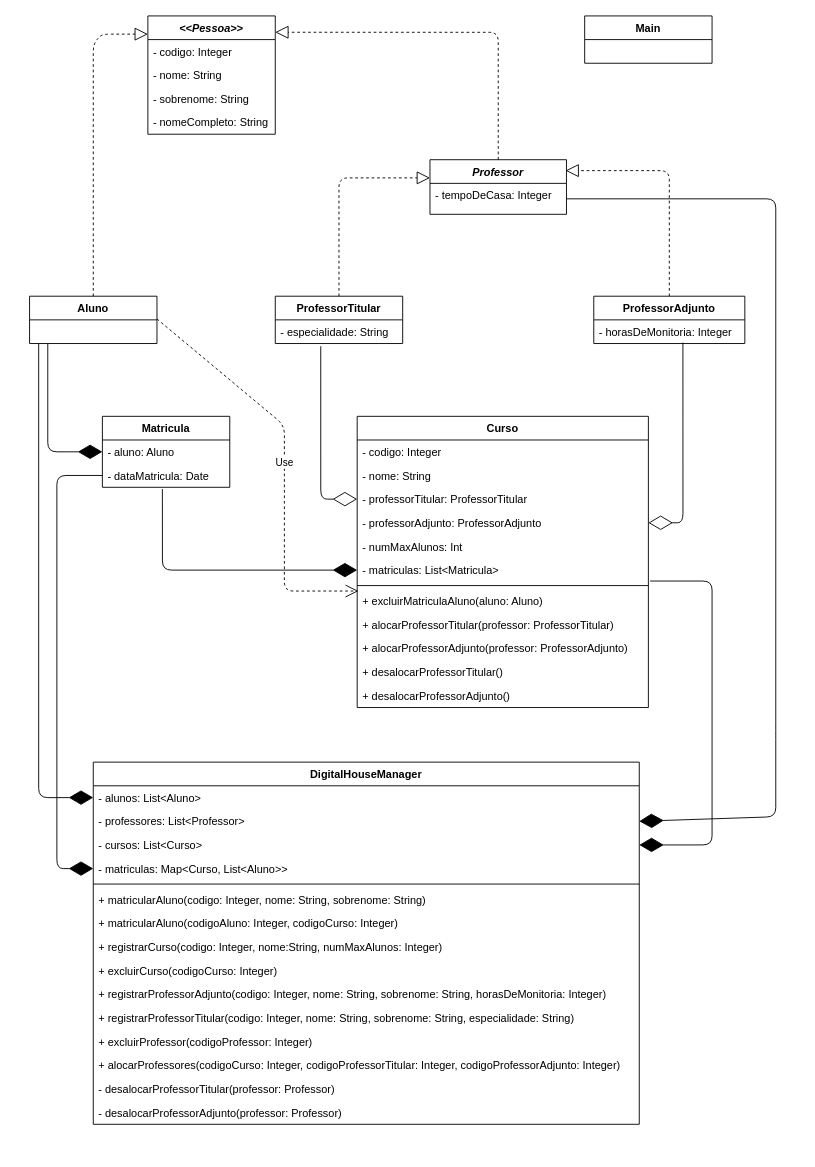
This is Diagrama.drawio from abraaofaco/desafio-oop-kotlin-dh, a draw.io file, before an edit. Source tidied: cells renumbered, new cells numbered last; positions are measured from the earlier drawing's top-left corner, leaving out a move shared by most shapes. Both pictures are drawn from the tidied source at 91%, with x=0, y=0 at pixel (29, 15).
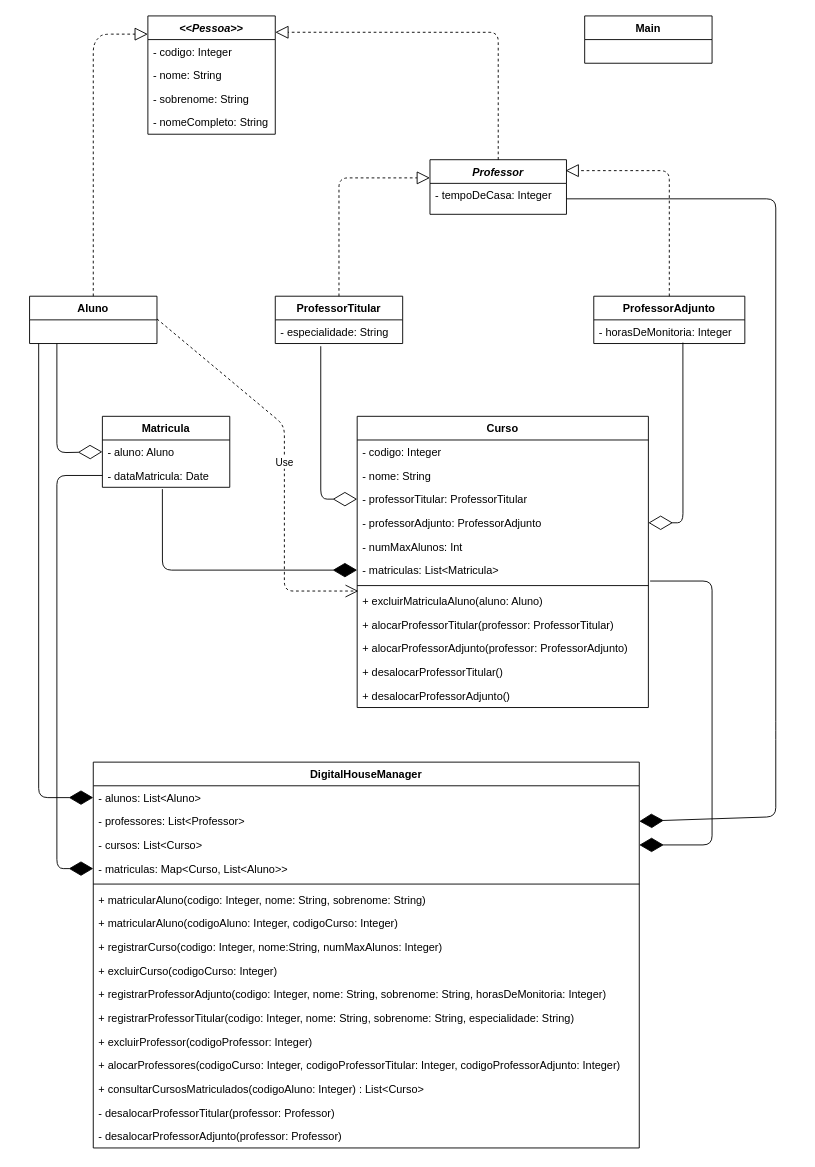
The same page after the edit.

Commit message:
Ajusta diagrama de classe

The change refers to these unchanged cells:
```xml
<mxCell id="18" value="- aluno: Aluno" style="text;strokeColor=none;fillColor=none;align=left;verticalAlign=top;spacingLeft=4;spacingRight=4;overflow=hidden;points=[[0,0.5],[1,0.5]];portConstraint=eastwest;" parent="17" vertex="1">
  <mxGeometry y="26" width="140" height="26" as="geometry" />
</mxCell>
```

What changed in the source:
```diff
@@
-    <mxCell id="15" style="endArrow=diamondThin;endFill=1;endSize=24;html=1;entryX=0;entryY=0.5;entryDx=0;entryDy=0;" parent="1" edge="1" target="18">
-      <mxGeometry relative="1" as="geometry">
-        <mxPoint x="20" y="360" as="sourcePoint" />
-        <Array as="points">
-          <mxPoint x="20" y="479" />
-        </Array>
-      </mxGeometry>
-    </mxCell>
@@
     <mxCell id="44" value="DigitalHouseManager" style="swimlane;fontStyle=1;align=center;verticalAlign=top;horizontal=1;startSize=26;" parent="1" vertex="1">
-      <mxGeometry x="70" y="820" width="600" height="398" as="geometry" />
+      <mxGeometry x="70" y="820" width="600" height="424" as="geometry" />
     </mxCell>
@@
+    <mxCell id="60" value="+ consultarCursosMatriculados(codigoAluno: Integer) : List&lt;Curso&gt;" style="text;strokeColor=none;fillColor=none;align=left;verticalAlign=top;spacingLeft=4;spacingRight=4;overflow=hidden;" parent="44" vertex="1">
+      <mxGeometry y="346" width="600" height="26" as="geometry" />
+    </mxCell>
     <mxCell id="58" value="- desalocarProfessorTitular(professor: Professor)" style="text;strokeColor=none;fillColor=none;align=left;verticalAlign=top;spacingLeft=4;spacingRight=4;overflow=hidden;" parent="44" vertex="1">
-      <mxGeometry y="346" width="600" height="26" as="geometry" />
+      <mxGeometry y="372" width="600" height="26" as="geometry" />
     </mxCell>
     <mxCell id="59" value="- desalocarProfessorAdjunto(professor: Professor)" style="text;strokeColor=none;fillColor=none;align=left;verticalAlign=top;spacingLeft=4;spacingRight=4;overflow=hidden;" parent="44" vertex="1">
-      <mxGeometry y="372" width="600" height="26" as="geometry" />
+      <mxGeometry y="398" width="600" height="26" as="geometry" />
     </mxCell>
+    <mxCell id="61" style="endArrow=diamondThin;endFill=0;endSize=24;html=1;entryX=0;entryY=0.5;entryDx=0;entryDy=0;" parent="1" edge="1" target="18">
+      <mxGeometry relative="1" as="geometry">
+        <mxPoint x="30" y="360" as="sourcePoint" />
+        <Array as="points">
+          <mxPoint x="30" y="480" />
+        </Array>
+      </mxGeometry>
+    </mxCell>
```
